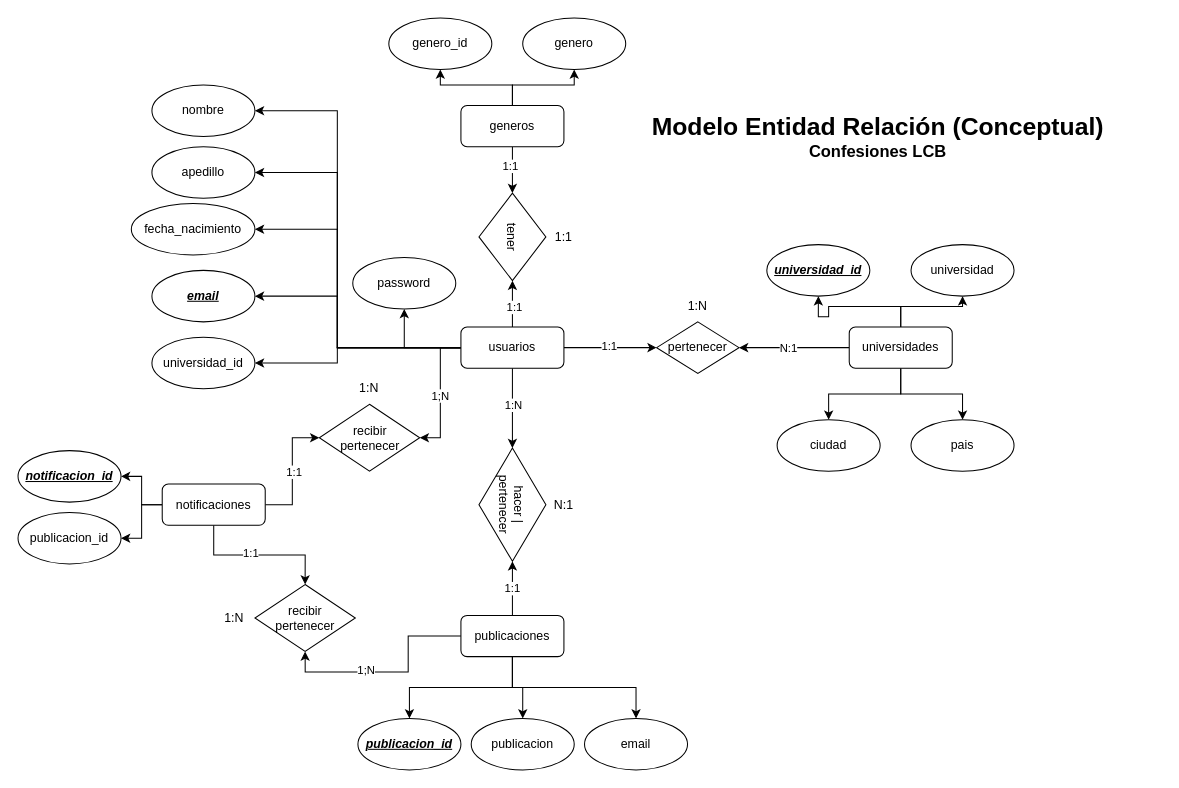
sergioromero2k/2K_CodeConfessionsLCB keeps this draw.io diagram as Modelo_RL_confesionesLCB.drawio. Above is the earlier version. Source tidied: cells renumbered, new cells numbered last; positions are measured from the earlier drawing's top-left corner, leaving out a move shared by most shapes. Both pictures are drawn from the tidied source at 103%, with x=0, y=0 at pixel (18, 18).
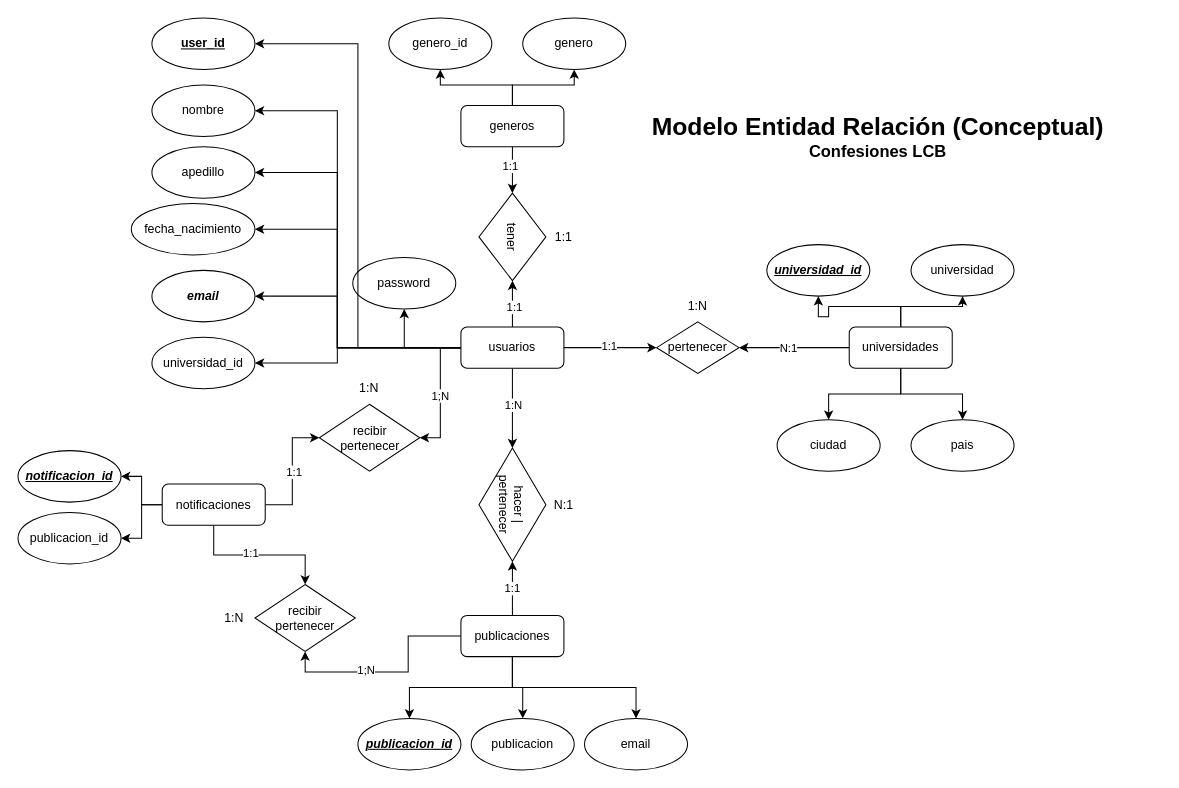
After the change.

Unchanged cells that the change refers to:
```xml
<mxCell id="21" value="usuarios" style="rounded=1;whiteSpace=wrap;html=1;" parent="1" vertex="1">
  <mxGeometry x="430" y="300" width="100" height="40" as="geometry" />
</mxCell>
```

Diff of the diagram source:
```diff
@@
-    <mxCell id="4" value="&lt;i&gt;&lt;b&gt;&lt;u&gt;email&lt;/u&gt;&lt;/b&gt;&lt;/i&gt;" style="ellipse;whiteSpace=wrap;html=1;" parent="1" vertex="1">
+    <mxCell id="4" value="&lt;i&gt;&lt;b&gt;email&lt;/b&gt;&lt;/i&gt;" style="ellipse;whiteSpace=wrap;html=1;" parent="1" vertex="1">
       <mxGeometry x="130" y="245" width="100" height="50" as="geometry" />
     </mxCell>
@@
+    <mxCell id="72" style="edgeStyle=orthogonalEdgeStyle;rounded=0;jettySize=auto;html=1;entryX=1;entryY=0.5;entryDx=0;entryDy=0;" parent="1" edge="1" source="21" target="73">
+      <mxGeometry relative="1" as="geometry" />
+    </mxCell>
@@
+    <mxCell id="73" value="&lt;b&gt;&lt;u style=&quot;&quot;&gt;user_id&lt;/u&gt;&lt;/b&gt;" style="ellipse;whiteSpace=wrap;html=1;" parent="1" vertex="1">
+      <mxGeometry x="130" width="100" height="50" as="geometry" />
+    </mxCell>
```
